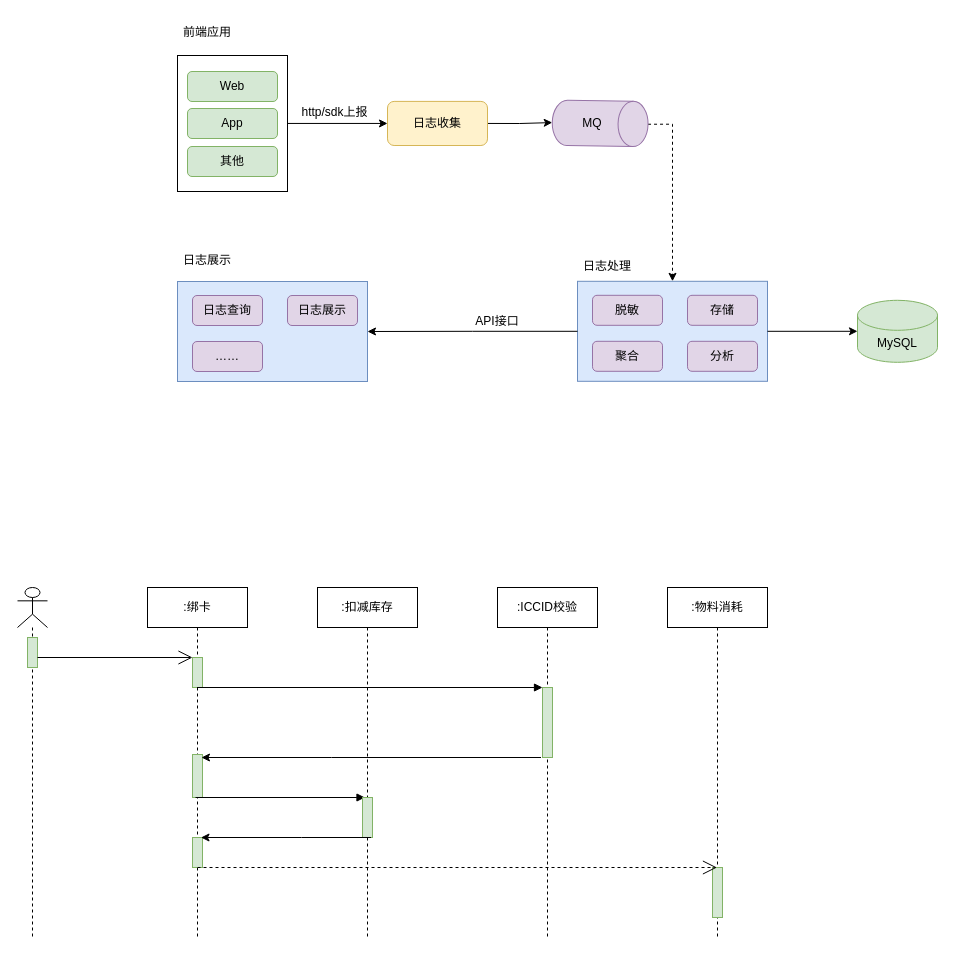
This is 日志埋点收集.drawio from vvhard/draw_io, a draw.io file, before an edit. Source tidied: cells renumbered, new cells numbered last; positions are measured from the earlier drawing's top-left corner, leaving out a move shared by most shapes. Both pictures are drawn from the tidied source at 100%, with x=0, y=0 at pixel (17, 17).
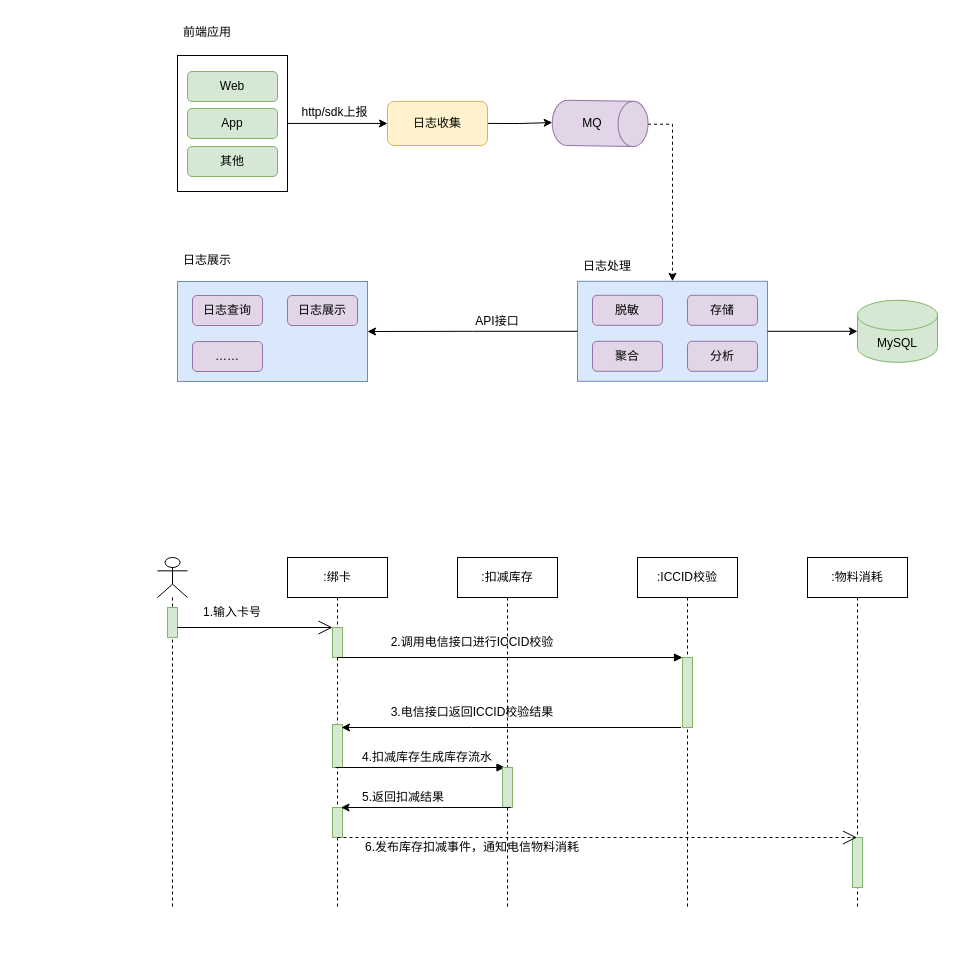
Above is the later version.

Commit message:
更新日志埋点收集.drawio

What changed in the source:
```diff
@@
     <mxCell id="32" value=":绑卡" style="shape=umlLifeline;perimeter=lifelinePerimeter;whiteSpace=wrap;html=1;outlineConnect=0;" parent="1" vertex="1">
-      <mxGeometry x="130" y="570" width="100" height="350" as="geometry" />
+      <mxGeometry x="270" y="540" width="100" height="350" as="geometry" />
     </mxCell>
@@
     <mxCell id="37" value=":扣减库存" style="shape=umlLifeline;perimeter=lifelinePerimeter;whiteSpace=wrap;html=1;" parent="1" vertex="1">
-      <mxGeometry x="300" y="570" width="100" height="350" as="geometry" />
+      <mxGeometry x="440" y="540" width="100" height="350" as="geometry" />
     </mxCell>
@@
+    <mxCell id="50" value="6.发布库存扣减事件，通知电信物料消耗" style="text;html=1;strokeColor=none;fillColor=none;align=center;verticalAlign=middle;whiteSpace=wrap;rounded=0;" parent="37" vertex="1">
+      <mxGeometry x="-110" y="280" width="250" height="20" as="geometry" />
+    </mxCell>
     <mxCell id="39" value=":ICCID校验" style="shape=umlLifeline;perimeter=lifelinePerimeter;whiteSpace=wrap;html=1;" parent="1" vertex="1">
-      <mxGeometry x="480" y="570" width="100" height="350" as="geometry" />
+      <mxGeometry x="620" y="540" width="100" height="350" as="geometry" />
     </mxCell>
@@
     <mxCell id="42" style="endArrow=classic;html=1;rounded=0;" parent="1" edge="1">
       <mxGeometry relative="1" as="geometry">
-        <mxPoint x="523.5" y="740" as="sourcePoint" />
-        <mxPoint x="184" y="740" as="targetPoint" />
+        <mxPoint x="663.5" y="710" as="sourcePoint" />
+        <mxPoint x="324" y="710" as="targetPoint" />
         <Array as="points">
-          <mxPoint x="314" y="740" />
+          <mxPoint x="454" y="710" />
         </Array>
       </mxGeometry>
     </mxCell>
     <mxCell id="43" value=":物料消耗" style="shape=umlLifeline;perimeter=lifelinePerimeter;whiteSpace=wrap;html=1;outlineConnect=0;" parent="1" vertex="1">
-      <mxGeometry x="650" y="570" width="100" height="350" as="geometry" />
+      <mxGeometry x="790" y="540" width="100" height="350" as="geometry" />
     </mxCell>
@@
     <mxCell id="45" style="endArrow=classic;html=1;rounded=0;" parent="1" edge="1">
       <mxGeometry relative="1" as="geometry">
-        <mxPoint x="353.5" y="820" as="sourcePoint" />
-        <mxPoint x="183.5" y="820" as="targetPoint" />
+        <mxPoint x="493.5" y="790" as="sourcePoint" />
+        <mxPoint x="323.5" y="790" as="targetPoint" />
         <Array as="points">
-          <mxPoint x="284" y="820" />
+          <mxPoint x="424" y="790" />
         </Array>
       </mxGeometry>
     </mxCell>
     <mxCell id="46" style="endArrow=open;endFill=1;endSize=12;html=1;rounded=0;dashed=1;" parent="1" edge="1" target="43">
       <mxGeometry relative="1" as="geometry">
-        <mxPoint x="180" y="850" as="sourcePoint" />
+        <mxPoint x="320" y="820" as="sourcePoint" />
       </mxGeometry>
     </mxCell>
     <mxCell id="47" style="shape=umlLifeline;participant=umlActor;perimeter=lifelinePerimeter;whiteSpace=wrap;html=1;verticalAlign=top;spacingTop=36;" parent="1" vertex="1">
-      <mxGeometry y="570" width="30" height="350" as="geometry" />
+      <mxGeometry x="140" y="540" width="30" height="350" as="geometry" />
     </mxCell>
@@
     <mxCell id="49" style="endArrow=open;endFill=1;endSize=12;html=1;rounded=0;" parent="1" edge="1">
       <mxGeometry relative="1" as="geometry">
-        <mxPoint x="20" y="640" as="sourcePoint" />
-        <mxPoint x="175" y="640" as="targetPoint" />
+        <mxPoint x="160" y="610" as="sourcePoint" />
+        <mxPoint x="315" y="610" as="targetPoint" />
       </mxGeometry>
     </mxCell>
+    <mxCell id="51" value="1.输入卡号" style="text;html=1;strokeColor=none;fillColor=none;align=center;verticalAlign=middle;whiteSpace=wrap;rounded=0;" parent="1" vertex="1">
+      <mxGeometry x="185" y="580" width="60" height="30" as="geometry" />
+    </mxCell>
+    <mxCell id="52" value="2.调用电信接口进行ICCID校验" style="text;html=1;strokeColor=none;fillColor=none;align=center;verticalAlign=middle;whiteSpace=wrap;rounded=0;" parent="1" vertex="1">
+      <mxGeometry x="370" y="610" width="170" height="30" as="geometry" />
+    </mxCell>
+    <mxCell id="53" value="3.电信接口返回ICCID校验结果" style="text;html=1;strokeColor=none;fillColor=none;align=center;verticalAlign=middle;whiteSpace=wrap;rounded=0;" parent="1" vertex="1">
+      <mxGeometry x="370" y="680" width="170" height="30" as="geometry" />
+    </mxCell>
+    <mxCell id="54" value="4.扣减库存生成库存流水" style="text;html=1;strokeColor=none;fillColor=none;align=center;verticalAlign=middle;whiteSpace=wrap;rounded=0;" parent="1" vertex="1">
+      <mxGeometry x="340" y="730" width="140" height="20" as="geometry" />
+    </mxCell>
+    <mxCell id="55" value="5.返回扣减结果" style="text;html=1;strokeColor=none;fillColor=none;align=center;verticalAlign=middle;whiteSpace=wrap;rounded=0;" parent="1" vertex="1">
+      <mxGeometry x="326" y="770" width="120" height="20" as="geometry" />
+    </mxCell>
```
